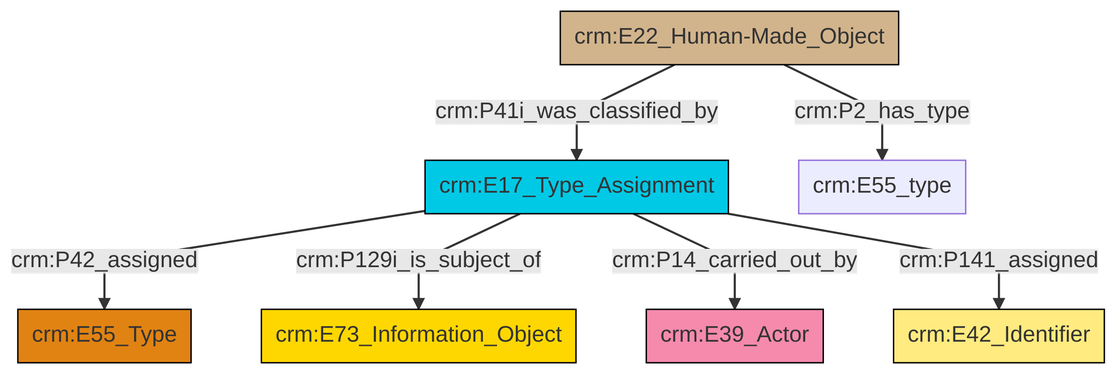
swiss-art-research-net/reference-data-models keeps this Mermaid diagram as et/builtWorkCSV/ttl/mmd/png/Built_Work_designation_status.png. Above is the earlier version. Its source is kept beside it as et/builtWorkCSV/ttl/mmd/Built_Work_designation_status.ttl.mmd.
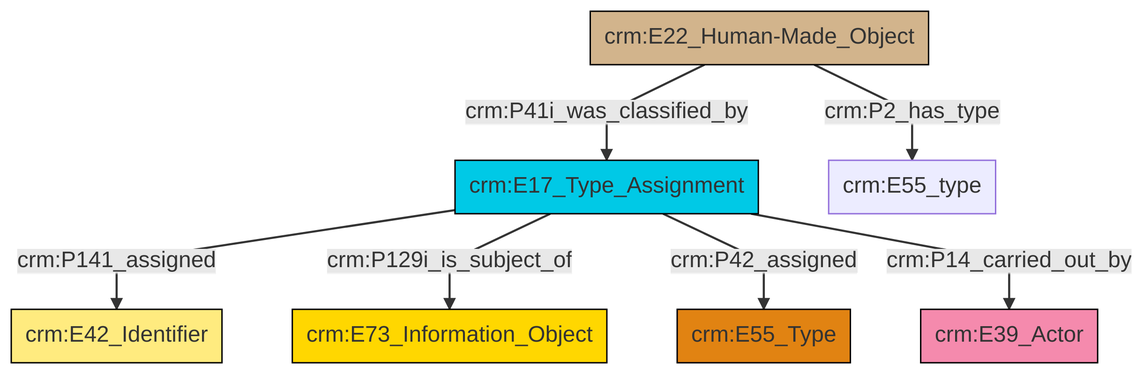
The same file after the commit.

The edit, as a diff of the source:
```diff
@@ -13,9 +13,9 @@
 classDef PC_Classes fill:#4ce600, stroke:#000000;
 classDef Multi fill:#cccccc,stroke:#000000;
 
-4["crm:E17_Type_Assignment"]:::Temporal_Entity -->|crm:P42_assigned| 2["crm:E55_Type"]:::Type
-4["crm:E17_Type_Assignment"]:::Temporal_Entity -->|crm:P129i_is_subject_of| 7["crm:E73_Information_Object"]:::Conceptual_Object
-0["crm:E22_Human-Made_Object"]:::Physical_Thing -->|crm:P41i_was_classified_by| 4["crm:E17_Type_Assignment"]:::Temporal_Entity
-4["crm:E17_Type_Assignment"]:::Temporal_Entity -->|crm:P14_carried_out_by| 9["crm:E39_Actor"]:::Actor
-4["crm:E17_Type_Assignment"]:::Temporal_Entity -->|crm:P141_assigned| 11["crm:E42_Identifier"]:::Appellation
-0["crm:E22_Human-Made_Object"]:::Physical_Thing -->|crm:P2_has_type| 5["crm:E55_type"]:::Default
+0["crm:E17_Type_Assignment"]:::Temporal_Entity -->|crm:P141_assigned| 1["crm:E42_Identifier"]:::Appellation
+0["crm:E17_Type_Assignment"]:::Temporal_Entity -->|crm:P129i_is_subject_of| 4["crm:E73_Information_Object"]:::Conceptual_Object
+2["crm:E22_Human-Made_Object"]:::Physical_Thing -->|crm:P41i_was_classified_by| 0["crm:E17_Type_Assignment"]:::Temporal_Entity
+2["crm:E22_Human-Made_Object"]:::Physical_Thing -->|crm:P2_has_type| 7["crm:E55_type"]:::Default
+0["crm:E17_Type_Assignment"]:::Temporal_Entity -->|crm:P42_assigned| 5["crm:E55_Type"]:::Type
+0["crm:E17_Type_Assignment"]:::Temporal_Entity -->|crm:P14_carried_out_by| 9["crm:E39_Actor"]:::Actor
```
